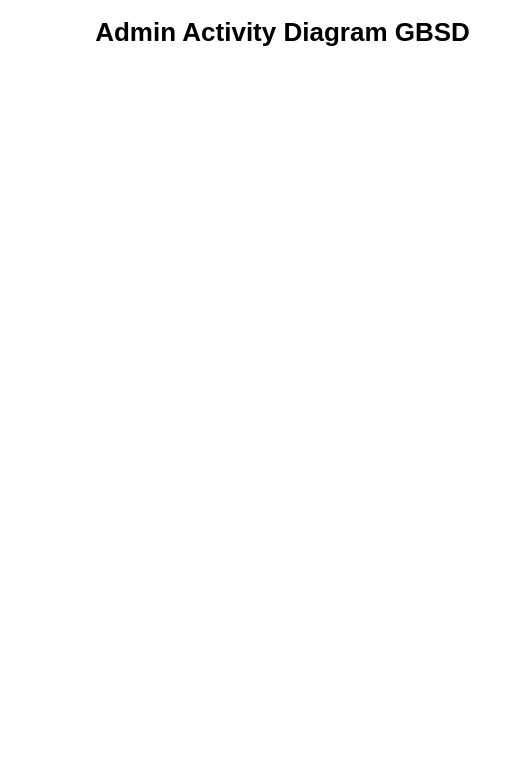
The draw.io diagram Admin_activity_GBSD.drawio in mabdulrafea101/sohaib_fyp_docs, before the edit. Source tidied: cells renumbered, new cells numbered last; positions are measured from the earlier drawing's top-left corner, leaving out a move shared by most shapes. Both pictures are drawn from the tidied source at 100%, with x=0, y=0 at pixel (87, 22).
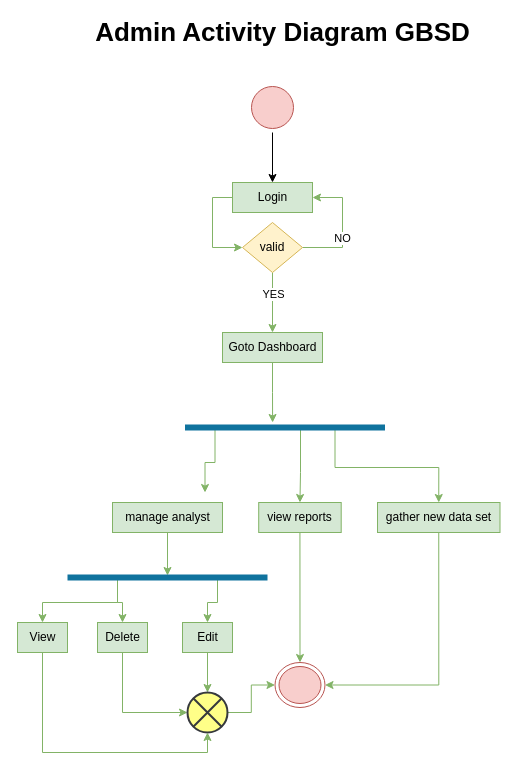
Above is the later version.

What changed in the source:
```diff
@@
+    <mxCell id="3" style="edgeStyle=orthogonalEdgeStyle;rounded=0;jettySize=auto;html=1;exitX=0.5;exitY=1;exitDx=0;exitDy=0;entryX=0.5;entryY=0;entryDx=0;entryDy=0;" parent="1" edge="1" source="4" target="6">
+      <mxGeometry relative="1" as="geometry" />
+    </mxCell>
+    <mxCell id="4" style="ellipse;html=1;shape=startState;fillColor=#f8cecc;strokeColor=#b85450;" parent="1" vertex="1">
+      <mxGeometry x="160" y="60" width="50" height="50" as="geometry" />
+    </mxCell>
+    <mxCell id="5" style="edgeStyle=orthogonalEdgeStyle;rounded=0;jettySize=auto;html=1;exitX=0;exitY=0.5;exitDx=0;exitDy=0;entryX=0;entryY=0.5;entryDx=0;entryDy=0;fillColor=#d5e8d4;strokeColor=#82b366;fontColor=#000000;" parent="1" edge="1" source="6" target="13">
+      <mxGeometry relative="1" as="geometry" />
+    </mxCell>
+    <mxCell id="6" value="Login" style="html=1;dashed=0;whitespace=wrap;fillColor=#d5e8d4;strokeColor=#82b366;" parent="1" vertex="1">
+      <mxGeometry x="145" y="160" width="80" height="30" as="geometry" />
+    </mxCell>
+    <mxCell id="7" style="edgeStyle=orthogonalEdgeStyle;rounded=0;jettySize=auto;html=1;exitX=0.5;exitY=1;exitDx=0;exitDy=0;entryX=0.438;entryY=0;entryDx=0;entryDy=0;entryPerimeter=0;fillColor=#d5e8d4;strokeColor=#82b366;" parent="1" edge="1" source="8" target="17">
+      <mxGeometry relative="1" as="geometry" />
+    </mxCell>
+    <mxCell id="8" value="Goto Dashboard" style="html=1;dashed=0;whitespace=wrap;fillColor=#d5e8d4;strokeColor=#82b366;" parent="1" vertex="1">
+      <mxGeometry x="135" y="310" width="100" height="30" as="geometry" />
+    </mxCell>
+    <mxCell id="9" style="edgeStyle=orthogonalEdgeStyle;rounded=0;jettySize=auto;html=1;exitX=1;exitY=0.5;exitDx=0;exitDy=0;entryX=1;entryY=0.5;entryDx=0;entryDy=0;fillColor=#d5e8d4;strokeColor=#82b366;" parent="1" edge="1" source="13" target="6">
+      <mxGeometry relative="1" as="geometry">
+        <Array as="points">
+          <mxPoint x="255" y="225" />
+          <mxPoint x="255" y="175" />
+        </Array>
+      </mxGeometry>
+    </mxCell>
+    <mxCell id="10" value="NO" style="edgeLabel;html=1;align=center;verticalAlign=middle;" parent="9" vertex="1">
+      <mxGeometry x="-0.17" y="1" relative="1" as="geometry" />
+    </mxCell>
+    <mxCell id="11" style="edgeStyle=orthogonalEdgeStyle;rounded=0;jettySize=auto;html=1;exitX=0.5;exitY=1;exitDx=0;exitDy=0;entryX=0.5;entryY=0;entryDx=0;entryDy=0;fillColor=#d5e8d4;strokeColor=#82b366;" parent="1" edge="1" source="13" target="8">
+      <mxGeometry relative="1" as="geometry" />
+    </mxCell>
+    <mxCell id="12" value="YES" style="edgeLabel;html=1;align=center;verticalAlign=middle;" parent="11" vertex="1">
+      <mxGeometry x="-0.68" y="1" relative="1" as="geometry">
+        <mxPoint x="-1" y="11" as="offset" />
+      </mxGeometry>
+    </mxCell>
+    <mxCell id="13" value="valid" style="rhombus;whiteSpace=wrap;html=1;fillColor=#fff2cc;strokeColor=#d6b656;" parent="1" vertex="1">
+      <mxGeometry x="155" y="200" width="60" height="50" as="geometry" />
+    </mxCell>
+    <mxCell id="14" style="edgeStyle=orthogonalEdgeStyle;rounded=0;jettySize=auto;html=1;exitX=0.25;exitY=0.5;exitDx=0;exitDy=0;exitPerimeter=0;fillColor=#d5e8d4;strokeColor=#82b366;" parent="1" edge="1" source="17">
+      <mxGeometry relative="1" as="geometry">
+        <mxPoint x="117.5" y="470" as="targetPoint" />
+        <Array as="points">
+          <mxPoint x="127.5" y="405" />
+          <mxPoint x="127.5" y="440" />
+          <mxPoint x="117.5" y="440" />
+        </Array>
+      </mxGeometry>
+    </mxCell>
+    <mxCell id="15" style="edgeStyle=orthogonalEdgeStyle;rounded=0;jettySize=auto;html=1;exitX=0.75;exitY=0.5;exitDx=0;exitDy=0;exitPerimeter=0;entryX=0.5;entryY=0;entryDx=0;entryDy=0;fillColor=#d5e8d4;strokeColor=#82b366;" parent="1" edge="1" source="17" target="23">
+      <mxGeometry relative="1" as="geometry" />
+    </mxCell>
+    <mxCell id="16" style="edgeStyle=orthogonalEdgeStyle;rounded=0;jettySize=auto;html=1;exitX=0.25;exitY=0.5;exitDx=0;exitDy=0;exitPerimeter=0;entryX=0.5;entryY=0;entryDx=0;entryDy=0;fillColor=#d5e8d4;strokeColor=#82b366;" parent="1" edge="1" source="17" target="21">
+      <mxGeometry relative="1" as="geometry">
+        <Array as="points">
+          <mxPoint x="213" y="405" />
+          <mxPoint x="213" y="450" />
+        </Array>
+      </mxGeometry>
+    </mxCell>
+    <mxCell id="17" style="shape=line;html=1;strokeWidth=6;strokeColor=#10739e;fillColor=#b1ddf0;" parent="1" vertex="1">
+      <mxGeometry x="97.5" y="400" width="200" height="10" as="geometry" />
+    </mxCell>
+    <mxCell id="18" style="edgeStyle=orthogonalEdgeStyle;rounded=0;jettySize=auto;html=1;exitX=0.5;exitY=1;exitDx=0;exitDy=0;entryX=0.5;entryY=0.3;entryDx=0;entryDy=0;entryPerimeter=0;fillColor=#d5e8d4;strokeColor=#82b366;" parent="1" edge="1" source="19" target="27">
+      <mxGeometry relative="1" as="geometry" />
+    </mxCell>
+    <mxCell id="19" value="manage analyst" style="html=1;dashed=0;whitespace=wrap;fillColor=#d5e8d4;strokeColor=#82b366;" parent="1" vertex="1">
+      <mxGeometry x="25" y="480" width="110" height="30" as="geometry" />
+    </mxCell>
+    <mxCell id="20" style="edgeStyle=orthogonalEdgeStyle;rounded=0;jettySize=auto;html=1;exitX=0.5;exitY=1;exitDx=0;exitDy=0;entryX=0.5;entryY=0;entryDx=0;entryDy=0;fillColor=#d5e8d4;strokeColor=#82b366;" parent="1" edge="1" source="21" target="28">
+      <mxGeometry relative="1" as="geometry" />
+    </mxCell>
+    <mxCell id="21" value="view reports" style="html=1;dashed=0;whitespace=wrap;fillColor=#d5e8d4;strokeColor=#82b366;" parent="1" vertex="1">
+      <mxGeometry x="171.2" y="480" width="82.5" height="30" as="geometry" />
+    </mxCell>
+    <mxCell id="22" style="edgeStyle=orthogonalEdgeStyle;rounded=0;jettySize=auto;html=1;exitX=0.5;exitY=1;exitDx=0;exitDy=0;entryX=1;entryY=0.5;entryDx=0;entryDy=0;fillColor=#d5e8d4;strokeColor=#82b366;" parent="1" edge="1" source="23" target="28">
+      <mxGeometry relative="1" as="geometry" />
+    </mxCell>
+    <mxCell id="23" value="gather new data set" style="html=1;dashed=0;whitespace=wrap;fillColor=#d5e8d4;strokeColor=#82b366;" parent="1" vertex="1">
+      <mxGeometry x="290" y="480" width="122.5" height="30" as="geometry" />
+    </mxCell>
+    <mxCell id="24" style="edgeStyle=orthogonalEdgeStyle;rounded=0;jettySize=auto;html=1;exitX=0.75;exitY=0.5;exitDx=0;exitDy=0;exitPerimeter=0;entryX=0.5;entryY=0;entryDx=0;entryDy=0;fillColor=#d5e8d4;strokeColor=#82b366;" parent="1" edge="1" source="27" target="30">
+      <mxGeometry relative="1" as="geometry" />
+    </mxCell>
+    <mxCell id="25" style="edgeStyle=orthogonalEdgeStyle;rounded=0;jettySize=auto;html=1;exitX=0.25;exitY=0.5;exitDx=0;exitDy=0;exitPerimeter=0;entryX=0.5;entryY=0;entryDx=0;entryDy=0;fillColor=#d5e8d4;strokeColor=#82b366;" parent="1" edge="1" source="27" target="32">
+      <mxGeometry relative="1" as="geometry" />
+    </mxCell>
+    <mxCell id="26" style="edgeStyle=orthogonalEdgeStyle;rounded=0;jettySize=auto;html=1;exitX=0.25;exitY=0.5;exitDx=0;exitDy=0;exitPerimeter=0;entryX=0.5;entryY=0;entryDx=0;entryDy=0;fontColor=#000000;fillColor=#d5e8d4;strokeColor=#82b366;" parent="1" edge="1" source="27" target="36">
+      <mxGeometry relative="1" as="geometry" />
+    </mxCell>
+    <mxCell id="27" style="shape=line;html=1;strokeWidth=6;strokeColor=#10739e;fillColor=#b1ddf0;" parent="1" vertex="1">
+      <mxGeometry x="-20" y="550" width="200" height="10" as="geometry" />
+    </mxCell>
+    <mxCell id="28" style="ellipse;html=1;shape=endState;fillColor=#f8cecc;strokeColor=#b85450;" parent="1" vertex="1">
+      <mxGeometry x="187.5" y="640" width="50" height="45" as="geometry" />
+    </mxCell>
+    <mxCell id="29" style="edgeStyle=orthogonalEdgeStyle;rounded=0;jettySize=auto;html=1;exitX=0.5;exitY=1;exitDx=0;exitDy=0;entryX=0.5;entryY=0;entryDx=0;entryDy=0;entryPerimeter=0;fillColor=#d5e8d4;strokeColor=#82b366;" parent="1" edge="1" source="30" target="34">
+      <mxGeometry relative="1" as="geometry" />
+    </mxCell>
+    <mxCell id="30" value="Edit" style="html=1;dashed=0;whitespace=wrap;fillColor=#d5e8d4;strokeColor=#82b366;" parent="1" vertex="1">
+      <mxGeometry x="95" y="600" width="50" height="30" as="geometry" />
+    </mxCell>
+    <mxCell id="31" style="edgeStyle=orthogonalEdgeStyle;rounded=0;jettySize=auto;html=1;exitX=0.5;exitY=1;exitDx=0;exitDy=0;entryX=0;entryY=0.5;entryDx=0;entryDy=0;entryPerimeter=0;fillColor=#d5e8d4;strokeColor=#82b366;" parent="1" edge="1" source="32" target="34">
+      <mxGeometry relative="1" as="geometry" />
+    </mxCell>
+    <mxCell id="32" value="Delete" style="html=1;dashed=0;whitespace=wrap;fillColor=#d5e8d4;strokeColor=#82b366;" parent="1" vertex="1">
+      <mxGeometry x="10" y="600" width="50" height="30" as="geometry" />
+    </mxCell>
+    <mxCell id="33" style="edgeStyle=orthogonalEdgeStyle;rounded=0;jettySize=auto;html=1;exitX=1;exitY=0.5;exitDx=0;exitDy=0;exitPerimeter=0;entryX=0;entryY=0.5;entryDx=0;entryDy=0;fillColor=#d5e8d4;strokeColor=#82b366;" parent="1" edge="1" source="34" target="28">
+      <mxGeometry relative="1" as="geometry" />
+    </mxCell>
+    <mxCell id="34" style="html=1;shape=mxgraph.sysml.flowFinal;strokeWidth=2;verticalLabelPosition=bottom;verticalAlignment=top;fillColor=#ffff88;strokeColor=#36393d;" parent="1" vertex="1">
+      <mxGeometry x="100" y="670" width="40" height="40" as="geometry" />
+    </mxCell>
+    <mxCell id="35" style="edgeStyle=orthogonalEdgeStyle;rounded=0;jettySize=auto;html=1;exitX=0.5;exitY=1;exitDx=0;exitDy=0;entryX=0.5;entryY=1;entryDx=0;entryDy=0;entryPerimeter=0;fontColor=#000000;fillColor=#d5e8d4;strokeColor=#82b366;" parent="1" edge="1" source="36" target="34">
+      <mxGeometry relative="1" as="geometry" />
+    </mxCell>
+    <mxCell id="36" value="View" style="html=1;dashed=0;whitespace=wrap;fillColor=#d5e8d4;strokeColor=#82b366;" parent="1" vertex="1">
+      <mxGeometry x="-70" y="600" width="50" height="30" as="geometry" />
+    </mxCell>
```
